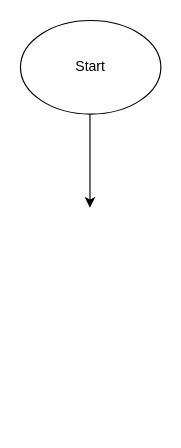
Above: documentation/example.drawio in syahrilhanla/doni-project (draw.io), before the change. Source tidied: cells renumbered, new cells numbered last; positions are measured from the earlier drawing's top-left corner, leaving out a move shared by most shapes. Both pictures are drawn from the tidied source at 117%, with x=0, y=0 at pixel (20, 20).
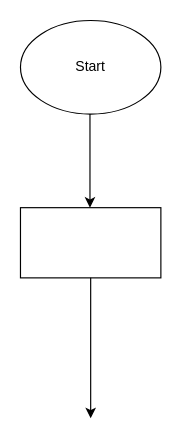
The same page after the edit.

Commit message:
rancangan database

What changed in the source:
```diff
@@
 <mxGraphModel>
   <root>
     <mxCell id="0" />
     <mxCell id="1" parent="0" />
     <mxCell id="2" style="ellipse;whiteSpace=wrap;html=1;" parent="1" vertex="1">
       <mxGeometry width="120" height="80" as="geometry" />
     </mxCell>
     <mxCell id="3" value="Start" style="text;html=1;strokeColor=none;fillColor=none;align=center;verticalAlign=middle;whiteSpace=wrap;rounded=0;" parent="1" vertex="1">
       <mxGeometry x="30" y="25" width="60" height="30" as="geometry" />
     </mxCell>
     <mxCell id="4" style="endArrow=classic;html=1;" parent="1" edge="1">
       <mxGeometry relative="1" as="geometry">
         <mxPoint x="59.4" y="80" as="sourcePoint" />
         <mxPoint x="59.4" y="160" as="targetPoint" />
       </mxGeometry>
     </mxCell>
+    <mxCell id="5" style="rounded=0;whiteSpace=wrap;html=1;" parent="1" vertex="1">
+      <mxGeometry y="160" width="120" height="60" as="geometry" />
+    </mxCell>
+    <mxCell id="6" style="endArrow=classic;html=1;exitX=0.5;exitY=1;exitDx=0;exitDy=0;" parent="1" edge="1" source="5">
+      <mxGeometry relative="1" as="geometry">
+        <mxPoint x="60" y="340" as="targetPoint" />
+      </mxGeometry>
+    </mxCell>
   </root>
 </mxGraphModel>
```
